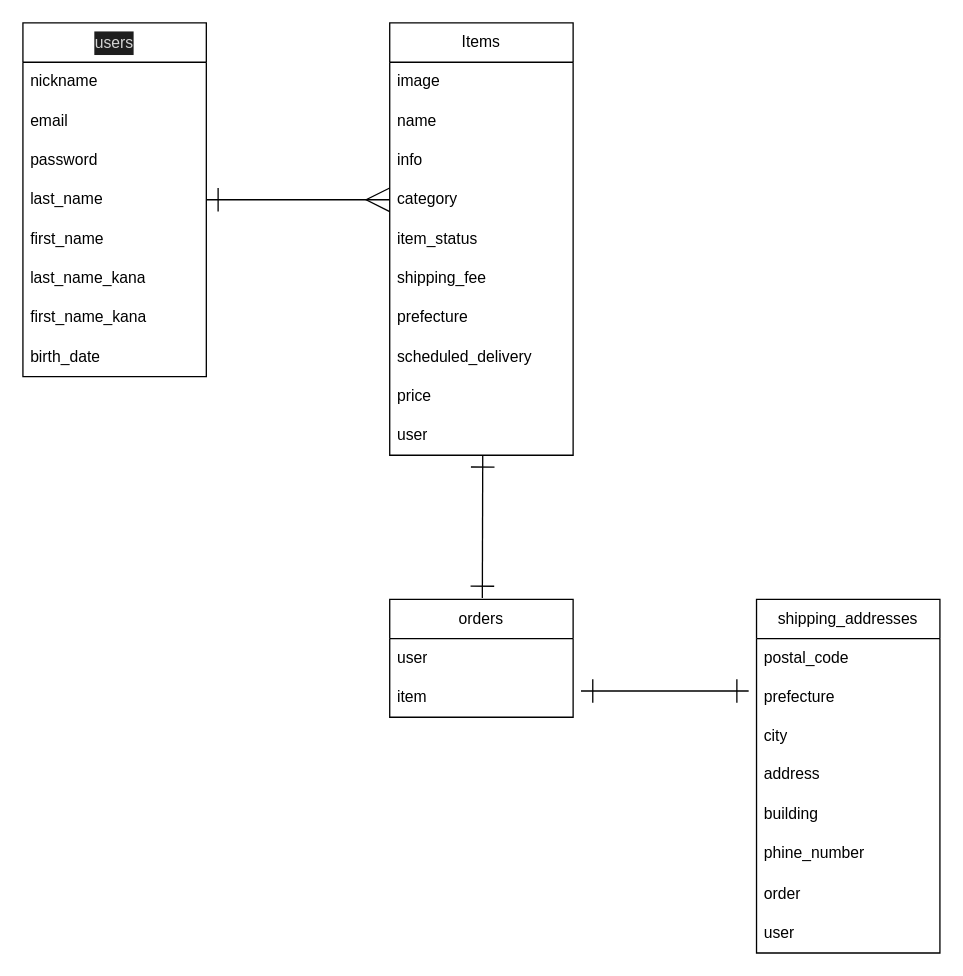
Above: app/ER.dio in AsamiDolphy/furima-40223 (draw.io), before the change. Source tidied: cells renumbered, new cells numbered last; positions are measured from the earlier drawing's top-left corner, leaving out a move shared by most shapes. Both pictures are drawn from the tidied source at 131%, with x=0, y=0 at pixel (22, 22).
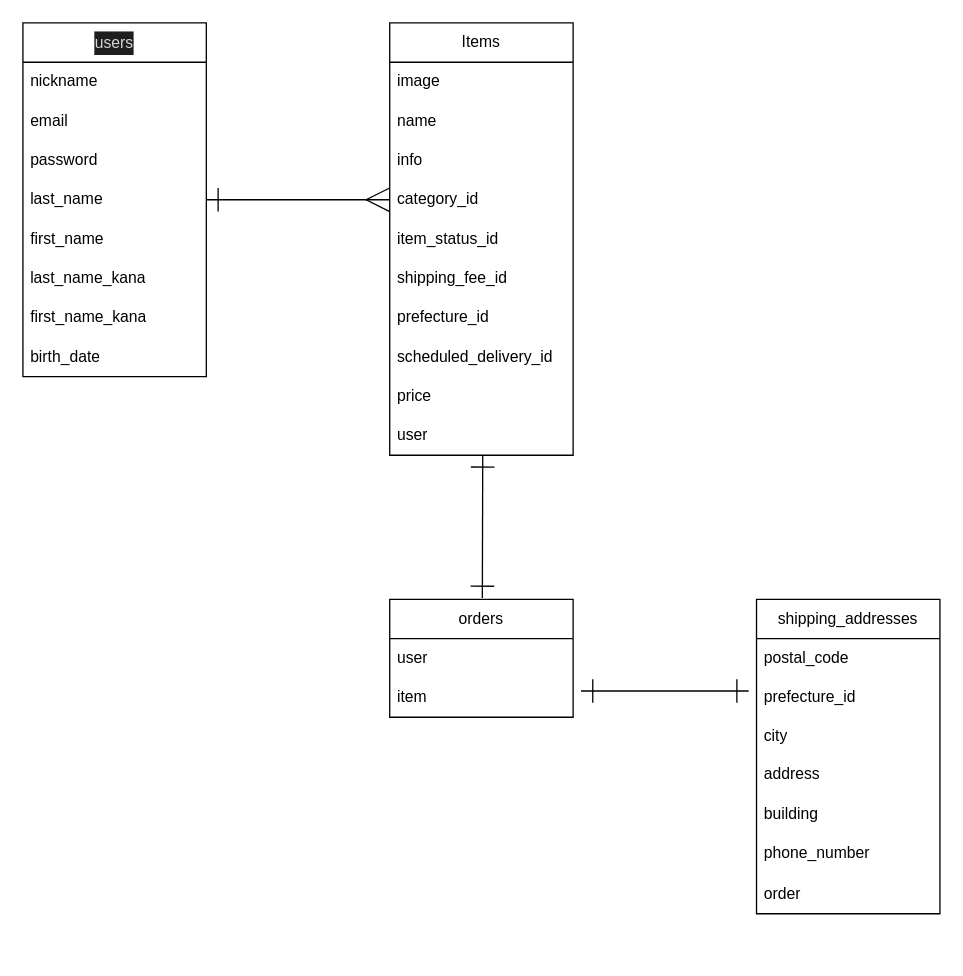
After the change.

Commit message (it also covers changes not shown here):
データベース設計修正 カラム名に_id追加

The change refers to these unchanged cells:
```xml
<mxCell id="11" value="Items" style="swimlane;fontStyle=0;horizontal=1;startSize=30;whiteSpace=wrap;html=1;" parent="1" vertex="1">
  <mxGeometry x="280" width="140" height="330" as="geometry" />
</mxCell>
```

Diff of the diagram source:
```diff
@@
-    <mxCell id="15" value="category" style="text;strokeColor=none;fillColor=none;align=left;verticalAlign=middle;spacingLeft=4;spacingRight=4;overflow=hidden;points=[[0,0.5],[1,0.5]];portConstraint=eastwest;whiteSpace=wrap;html=1;" parent="11" vertex="1">
+    <mxCell id="15" value="category_id" style="text;strokeColor=none;fillColor=none;align=left;verticalAlign=middle;spacingLeft=4;spacingRight=4;overflow=hidden;points=[[0,0.5],[1,0.5]];portConstraint=eastwest;whiteSpace=wrap;html=1;" parent="11" vertex="1">
       <mxGeometry y="120" width="140" height="30" as="geometry" />
     </mxCell>
-    <mxCell id="16" value="item_status" style="text;strokeColor=none;fillColor=none;align=left;verticalAlign=middle;spacingLeft=4;spacingRight=4;overflow=hidden;whiteSpace=wrap;html=1;" parent="11" vertex="1">
+    <mxCell id="16" value="item_status_id" style="text;strokeColor=none;fillColor=none;align=left;verticalAlign=middle;spacingLeft=4;spacingRight=4;overflow=hidden;whiteSpace=wrap;html=1;" parent="11" vertex="1">
       <mxGeometry y="150" width="140" height="30" as="geometry" />
     </mxCell>
-    <mxCell id="17" value="shipping_fee" style="text;strokeColor=none;fillColor=none;align=left;verticalAlign=middle;spacingLeft=4;spacingRight=4;overflow=hidden;whiteSpace=wrap;html=1;" parent="11" vertex="1">
+    <mxCell id="17" value="shipping_fee_id" style="text;strokeColor=none;fillColor=none;align=left;verticalAlign=middle;spacingLeft=4;spacingRight=4;overflow=hidden;whiteSpace=wrap;html=1;" parent="11" vertex="1">
       <mxGeometry y="180" width="140" height="30" as="geometry" />
     </mxCell>
-    <mxCell id="18" value="prefecture" style="text;strokeColor=none;fillColor=none;align=left;verticalAlign=middle;spacingLeft=4;spacingRight=4;overflow=hidden;whiteSpace=wrap;html=1;" parent="11" vertex="1">
+    <mxCell id="18" value="prefecture_id" style="text;strokeColor=none;fillColor=none;align=left;verticalAlign=middle;spacingLeft=4;spacingRight=4;overflow=hidden;whiteSpace=wrap;html=1;" parent="11" vertex="1">
       <mxGeometry y="210" width="140" height="30" as="geometry" />
     </mxCell>
-    <mxCell id="19" value="scheduled_delivery" style="text;strokeColor=none;fillColor=none;align=left;verticalAlign=middle;spacingLeft=4;spacingRight=4;overflow=hidden;whiteSpace=wrap;html=1;" parent="11" vertex="1">
+    <mxCell id="19" value="scheduled_delivery_id" style="text;strokeColor=none;fillColor=none;align=left;verticalAlign=middle;spacingLeft=4;spacingRight=4;overflow=hidden;whiteSpace=wrap;html=1;" parent="11" vertex="1">
       <mxGeometry y="240" width="140" height="30" as="geometry" />
     </mxCell>
@@
     <mxCell id="25" value="shipping_addresses" style="swimlane;fontStyle=0;horizontal=1;startSize=30;whiteSpace=wrap;html=1;" parent="1" vertex="1">
-      <mxGeometry x="560" y="440" width="140" height="270" as="geometry" />
+      <mxGeometry x="560" y="440" width="140" height="240" as="geometry" />
     </mxCell>
@@
-    <mxCell id="27" value="prefecture" style="text;strokeColor=none;fillColor=none;align=left;verticalAlign=middle;spacingLeft=4;spacingRight=4;overflow=hidden;whiteSpace=wrap;html=1;" parent="25" vertex="1">
+    <mxCell id="27" value="prefecture_id" style="text;strokeColor=none;fillColor=none;align=left;verticalAlign=middle;spacingLeft=4;spacingRight=4;overflow=hidden;whiteSpace=wrap;html=1;" parent="25" vertex="1">
       <mxGeometry y="60" width="140" height="30" as="geometry" />
     </mxCell>
@@
-    <mxCell id="31" value="phine_number" style="text;strokeColor=none;fillColor=none;spacingLeft=4;spacingRight=4;overflow=hidden;fontSize=12;" parent="25" vertex="1">
+    <mxCell id="31" value="phone_number" style="text;strokeColor=none;fillColor=none;spacingLeft=4;spacingRight=4;overflow=hidden;fontSize=12;" parent="25" vertex="1">
       <mxGeometry y="180" width="140" height="30" as="geometry" />
     </mxCell>
@@
-    <mxCell id="33" value="user" style="text;strokeColor=none;fillColor=none;align=left;verticalAlign=middle;spacingLeft=4;spacingRight=4;overflow=hidden;whiteSpace=wrap;html=1;" parent="25" vertex="1">
-      <mxGeometry y="240" width="140" height="30" as="geometry" />
-    </mxCell>
```
